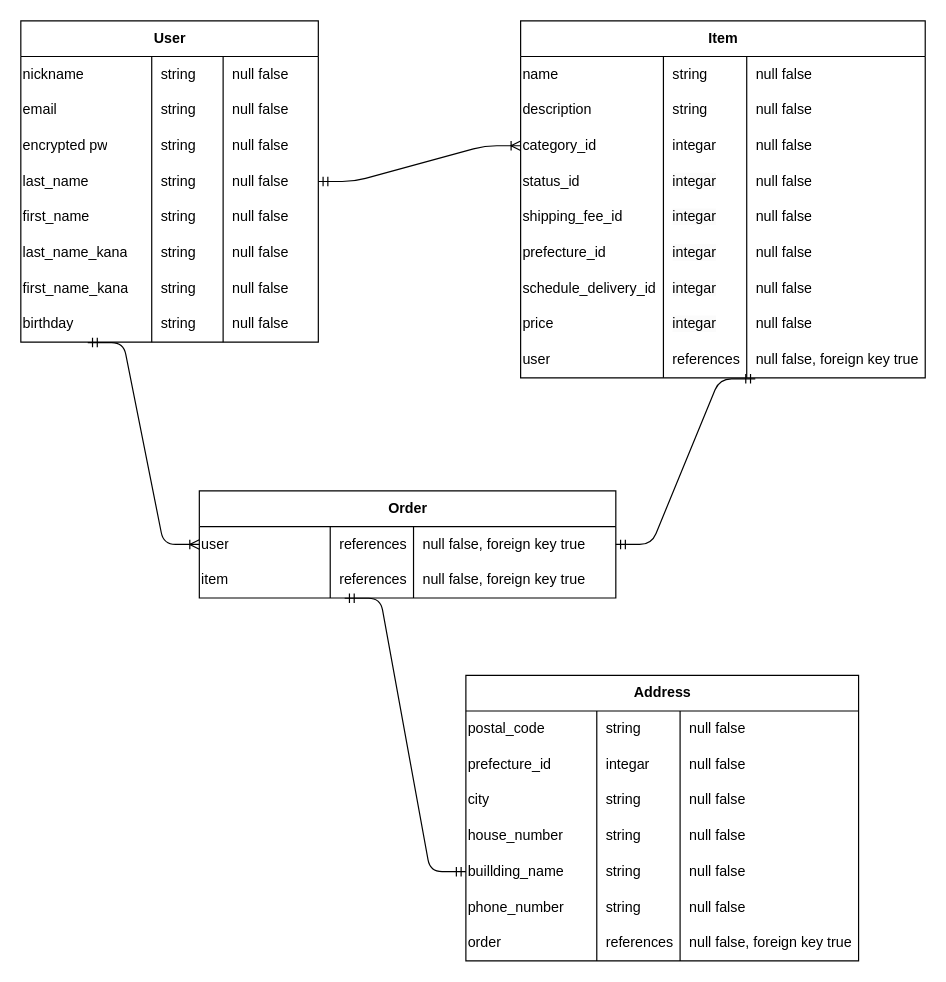
mionpuuu/furima-46549 keeps this draw.io diagram as furima46549.dio. Above is the earlier version. Source tidied: cells renumbered, new cells numbered last; positions are measured from the earlier drawing's top-left corner, leaving out a move shared by most shapes. Both pictures are drawn from the tidied source at 119%, with x=0, y=0 at pixel (20, 20).
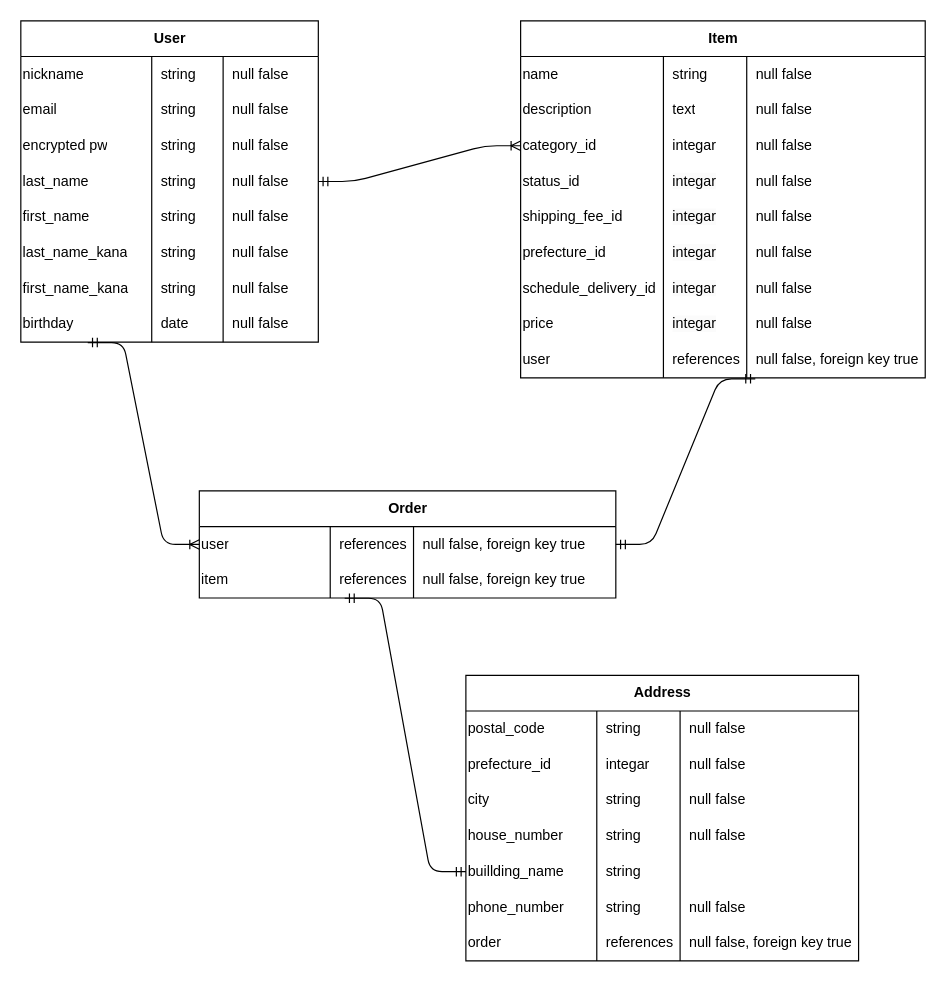
Above is the later version.

Unchanged cells that the change refers to:
```xml
<mxCell id="31" style="shape=tableRow;horizontal=0;startSize=0;swimlaneHead=0;swimlaneBody=0;fillColor=none;points=[[0,0.5],[1,0.5]];portConstraint=eastwest;top=0;left=0;right=0;bottom=0;" parent="2" vertex="1">
  <mxGeometry y="240" width="250" height="30" as="geometry" />
</mxCell>
<mxCell id="40" style="shape=tableRow;horizontal=0;startSize=0;swimlaneHead=0;swimlaneBody=0;fillColor=none;top=0;left=0;right=0;bottom=0;" parent="35" vertex="1">
  <mxGeometry y="60" width="340" height="30" as="geometry" />
</mxCell>
<mxCell id="98" style="shape=tableRow;horizontal=0;startSize=0;swimlaneHead=0;swimlaneBody=0;fillColor=none;points=[[0,0.5],[1,0.5]];portConstraint=eastwest;top=0;left=0;right=0;bottom=0;" parent="81" vertex="1">
  <mxGeometry y="150" width="330" height="30" as="geometry" />
</mxCell>
```

Diff of the diagram source:
```diff
@@
-    <mxCell id="33" value="&lt;span style=&quot;color: rgb(0, 0, 0);&quot;&gt;string&lt;/span&gt;" style="shape=partialRectangle;fillColor=none;top=0;left=0;bottom=0;right=0;align=left;spacingLeft=6;overflow=hidden;whiteSpace=wrap;html=1;" parent="31" vertex="1">
+    <mxCell id="33" value="&lt;span style=&quot;color: rgb(0, 0, 0);&quot;&gt;date&lt;/span&gt;" style="shape=partialRectangle;fillColor=none;top=0;left=0;bottom=0;right=0;align=left;spacingLeft=6;overflow=hidden;whiteSpace=wrap;html=1;" parent="31" vertex="1">
       <mxGeometry x="110" width="60" height="30" as="geometry" />
     </mxCell>
@@
-    <mxCell id="42" value="string" style="shape=partialRectangle;fillColor=none;top=0;left=0;bottom=0;right=0;align=left;spacingLeft=6;overflow=hidden;whiteSpace=wrap;html=1;" parent="40" vertex="1">
+    <mxCell id="42" value="text" style="shape=partialRectangle;fillColor=none;top=0;left=0;bottom=0;right=0;align=left;spacingLeft=6;overflow=hidden;whiteSpace=wrap;html=1;" parent="40" vertex="1">
       <mxGeometry x="120" width="70" height="30" as="geometry" />
     </mxCell>
@@
-    <mxCell id="101" value="&lt;span style=&quot;color: rgb(0, 0, 0);&quot;&gt;null false&lt;/span&gt;" style="shape=partialRectangle;fillColor=none;top=0;left=0;bottom=0;right=0;align=left;spacingLeft=6;overflow=hidden;whiteSpace=wrap;html=1;" parent="98" vertex="1">
+    <mxCell id="101" style="shape=partialRectangle;fillColor=none;top=0;left=0;bottom=0;right=0;align=left;spacingLeft=6;overflow=hidden;whiteSpace=wrap;html=1;" parent="98" vertex="1">
       <mxGeometry x="180" width="150" height="30" as="geometry" />
     </mxCell>
```
